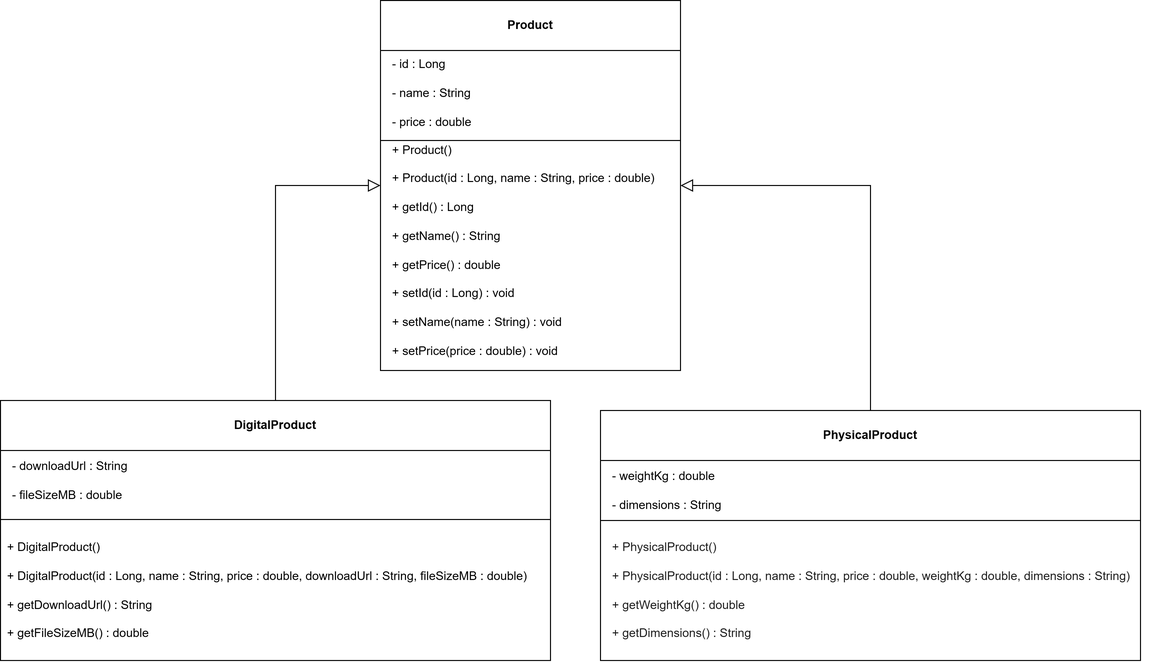
Before: docs/uml/product-hierarchy.png, a diagram exported from draw.io (Maatheyshan/Westminster-OOP-Module-Workflow). Source tidied: cells renumbered, new cells last; positions are measured from the earlier drawing's top-left corner, leaving out a move shared by most shapes. The source it was exported from:
```xml
<mxGraphModel>
  <root>
    <mxCell id="0" />
    <mxCell id="1" parent="0" />
    <mxCell id="2" value="Product" style="swimlane;whiteSpace=wrap;html=1;startSize=50;" parent="1" vertex="1">
      <mxGeometry x="380" width="300" height="370" as="geometry" />
    </mxCell>
    <mxCell id="3" value="- id : Long&lt;div&gt;&lt;br&gt;&lt;div&gt;- name : String&lt;/div&gt;&lt;div&gt;&lt;br&gt;&lt;/div&gt;&lt;div&gt;- price : double&lt;/div&gt;&lt;div&gt;&lt;br&gt;&lt;/div&gt;&lt;/div&gt;" style="text;html=1;whiteSpace=wrap;strokeColor=none;fillColor=none;align=left;verticalAlign=middle;rounded=0;" parent="2" vertex="1">
      <mxGeometry x="10" y="80" width="170" height="40" as="geometry" />
    </mxCell>
    <mxCell id="4" value="+ Product()&lt;div&gt;&lt;br&gt;&lt;div&gt;+ Product(id : Long, name : String, price : double)&lt;/div&gt;&lt;div&gt;&lt;br&gt;&lt;/div&gt;&lt;div&gt;+ getId() : Long&lt;/div&gt;&lt;div&gt;&lt;br&gt;&lt;/div&gt;&lt;div&gt;+ getName() : String&lt;/div&gt;&lt;div&gt;&lt;br&gt;&lt;/div&gt;&lt;div&gt;+ getPrice() : double&lt;/div&gt;&lt;div&gt;&lt;br&gt;&lt;/div&gt;&lt;div&gt;+ setId(id : Long) : void&lt;/div&gt;&lt;div&gt;&lt;br&gt;&lt;/div&gt;&lt;div&gt;+ setName(name : String) : void&lt;/div&gt;&lt;div&gt;&lt;br&gt;&lt;/div&gt;&lt;div&gt;+ setPrice(price : double) : void&lt;/div&gt;&lt;/div&gt;" style="text;html=1;whiteSpace=wrap;strokeColor=none;fillColor=none;align=left;verticalAlign=middle;rounded=0;" parent="2" vertex="1">
      <mxGeometry x="10" y="200" width="280" height="100" as="geometry" />
    </mxCell>
    <mxCell id="5" style="endArrow=none;html=1;rounded=0;" parent="2" edge="1">
      <mxGeometry relative="1" as="geometry">
        <mxPoint y="140" as="sourcePoint" />
        <mxPoint x="300" y="140" as="targetPoint" />
        <Array as="points">
          <mxPoint x="150" y="140" />
        </Array>
      </mxGeometry>
    </mxCell>
    <mxCell id="6" style="edgeStyle=orthogonalEdgeStyle;rounded=0;jettySize=auto;html=1;entryX=0;entryY=0.5;entryDx=0;entryDy=0;endArrow=block;endFill=0;strokeWidth=1;endSize=10;" parent="1" edge="1" source="7" target="2">
      <mxGeometry relative="1" as="geometry" />
    </mxCell>
    <mxCell id="7" value="DigitalProduct" style="swimlane;whiteSpace=wrap;html=1;startSize=50;" parent="1" vertex="1">
      <mxGeometry y="400" width="550" height="260" as="geometry" />
    </mxCell>
    <mxCell id="8" value="&lt;div&gt;- downloadUrl : String&lt;/div&gt;&lt;div&gt;&lt;br&gt;&lt;/div&gt;&lt;div&gt;- fileSizeMB : double&lt;/div&gt;" style="text;html=1;whiteSpace=wrap;strokeColor=none;fillColor=none;align=left;verticalAlign=middle;rounded=0;" parent="7" vertex="1">
      <mxGeometry x="10" y="60" width="170" height="40" as="geometry" />
    </mxCell>
    <mxCell id="9" value="+ DigitalProduct()&lt;div&gt;&lt;br&gt;&lt;div&gt;+&amp;nbsp;&lt;span style=&quot;background-color: transparent; color: light-dark(rgb(0, 0, 0), rgb(255, 255, 255));&quot;&gt;DigitalProduct(id : Long, name : String, price : double, downloadUrl : String, fileSizeMB : double)&lt;/span&gt;&lt;/div&gt;&lt;div&gt;&lt;span style=&quot;background-color: transparent; color: light-dark(rgb(0, 0, 0), rgb(255, 255, 255));&quot;&gt;&lt;br&gt;&lt;/span&gt;&lt;/div&gt;&lt;div&gt;&lt;span style=&quot;background-color: transparent; color: light-dark(rgb(0, 0, 0), rgb(255, 255, 255));&quot;&gt;+ getDownloadUrl() : String&lt;/span&gt;&lt;/div&gt;&lt;div&gt;&lt;span style=&quot;background-color: transparent; color: light-dark(rgb(0, 0, 0), rgb(255, 255, 255));&quot;&gt;&lt;br&gt;&lt;/span&gt;&lt;/div&gt;&lt;div&gt;&lt;span style=&quot;background-color: transparent; color: light-dark(rgb(0, 0, 0), rgb(255, 255, 255));&quot;&gt;+ getFileSizeMB() : double&lt;/span&gt;&lt;/div&gt;&lt;/div&gt;" style="text;html=1;whiteSpace=wrap;strokeColor=none;fillColor=none;align=left;verticalAlign=middle;rounded=0;fontFamily=Helvetica;" parent="7" vertex="1">
      <mxGeometry x="5" y="140" width="540" height="100" as="geometry" />
    </mxCell>
    <mxCell id="10" style="endArrow=none;html=1;rounded=0;" parent="7" edge="1">
      <mxGeometry relative="1" as="geometry">
        <mxPoint y="119" as="sourcePoint" />
        <mxPoint x="550" y="119" as="targetPoint" />
      </mxGeometry>
    </mxCell>
    <mxCell id="11" style="edgeStyle=orthogonalEdgeStyle;rounded=0;jettySize=auto;html=1;entryX=1;entryY=0.5;entryDx=0;entryDy=0;endArrow=block;endFill=0;endSize=10;" parent="1" edge="1" source="12" target="2">
      <mxGeometry relative="1" as="geometry" />
    </mxCell>
    <mxCell id="12" value="PhysicalProduct" style="swimlane;whiteSpace=wrap;html=1;startSize=50;" parent="1" vertex="1">
      <mxGeometry x="600" y="410" width="540" height="250" as="geometry" />
    </mxCell>
    <mxCell id="13" value="&lt;div&gt;- weightKg : double&lt;/div&gt;&lt;div&gt;&lt;br&gt;&lt;/div&gt;&lt;div&gt;- dimensions : String&lt;/div&gt;" style="text;html=1;whiteSpace=wrap;strokeColor=none;fillColor=none;align=left;verticalAlign=middle;rounded=0;" parent="12" vertex="1">
      <mxGeometry x="10" y="60" width="170" height="40" as="geometry" />
    </mxCell>
    <mxCell id="14" value="&lt;div&gt;&lt;font color=&quot;#1f1f1f&quot;&gt;+ PhysicalProduct()&lt;/font&gt;&lt;/div&gt;&lt;div&gt;&lt;font color=&quot;#1f1f1f&quot;&gt;&lt;br&gt;&lt;/font&gt;&lt;/div&gt;&lt;div&gt;&lt;font color=&quot;#1f1f1f&quot;&gt;+ PhysicalProduct(id : Long, name : String, price : double, weightKg : double, dimensions : String)&lt;/font&gt;&lt;/div&gt;&lt;div&gt;&lt;font color=&quot;#1f1f1f&quot;&gt;&amp;nbsp;&lt;/font&gt;&lt;/div&gt;&lt;div&gt;&lt;font color=&quot;#1f1f1f&quot;&gt;+ getWeightKg() : double&lt;/font&gt;&lt;/div&gt;&lt;div&gt;&lt;font color=&quot;#1f1f1f&quot;&gt;&lt;br&gt;&lt;/font&gt;&lt;/div&gt;&lt;div&gt;&lt;font color=&quot;#1f1f1f&quot;&gt;+ getDimensions() : String&lt;/font&gt;&lt;/div&gt;" style="text;html=1;whiteSpace=wrap;strokeColor=none;fillColor=none;align=left;verticalAlign=middle;rounded=0;fontFamily=Helvetica;" parent="12" vertex="1">
      <mxGeometry x="10" y="130" width="540" height="100" as="geometry" />
    </mxCell>
    <mxCell id="15" style="endArrow=none;html=1;rounded=0;" parent="1" edge="1">
      <mxGeometry relative="1" as="geometry">
        <mxPoint x="600" y="520" as="sourcePoint" />
        <mxPoint x="1140" y="520" as="targetPoint" />
      </mxGeometry>
    </mxCell>
  </root>
</mxGraphModel>
```
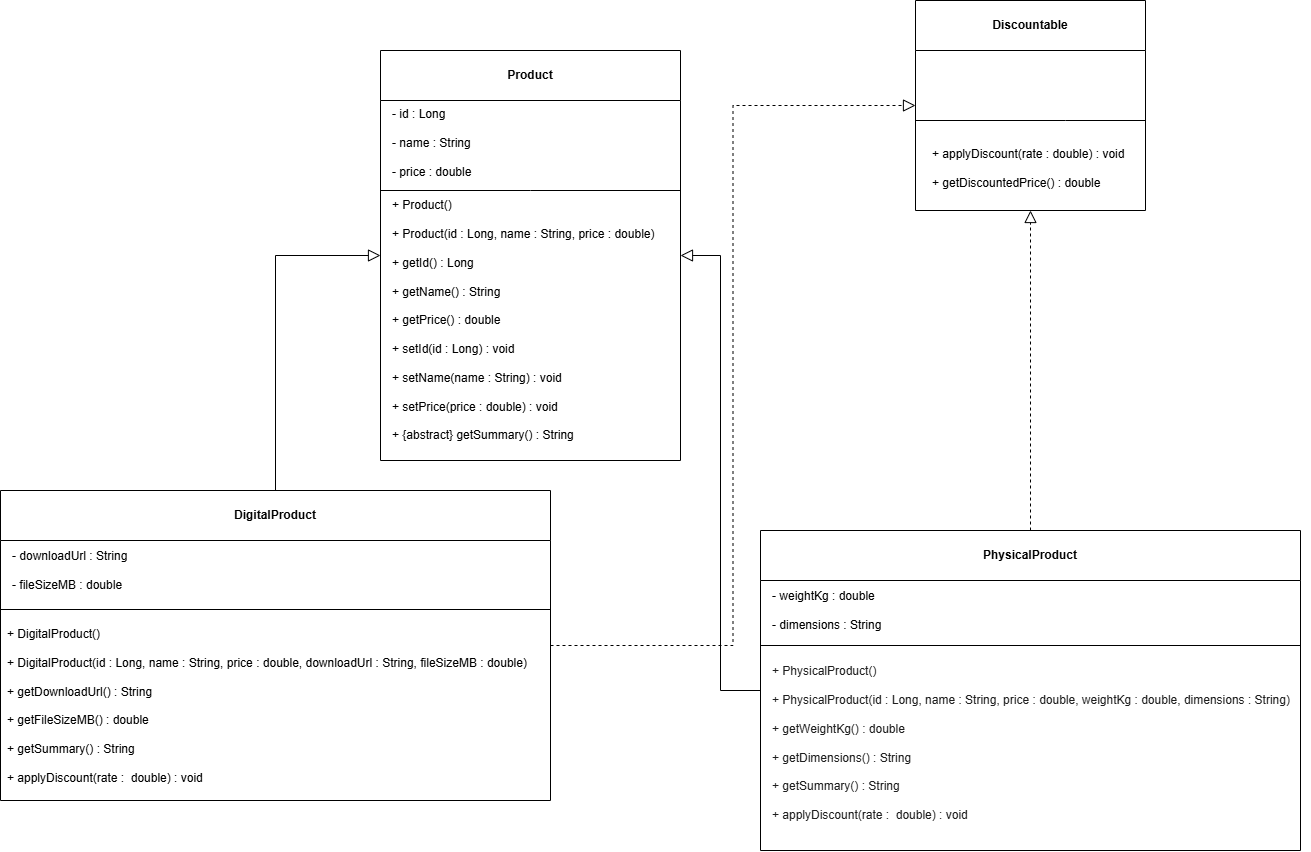
Later version of the same file.

Commit message:
Tutorial 5: polymorphism — getSummary override and Discountable interface

Change to the diagram source:
```diff
@@ -3,13 +3,13 @@
     <mxCell id="0" />
     <mxCell id="1" parent="0" />
     <mxCell id="2" value="Product" style="swimlane;whiteSpace=wrap;html=1;startSize=50;" parent="1" vertex="1">
-      <mxGeometry x="380" width="300" height="370" as="geometry" />
+      <mxGeometry x="380" y="-40" width="300" height="410" as="geometry" />
     </mxCell>
     <mxCell id="3" value="- id : Long&lt;div&gt;&lt;br&gt;&lt;div&gt;- name : String&lt;/div&gt;&lt;div&gt;&lt;br&gt;&lt;/div&gt;&lt;div&gt;- price : double&lt;/div&gt;&lt;div&gt;&lt;br&gt;&lt;/div&gt;&lt;/div&gt;" style="text;html=1;whiteSpace=wrap;strokeColor=none;fillColor=none;align=left;verticalAlign=middle;rounded=0;" parent="2" vertex="1">
       <mxGeometry x="10" y="80" width="170" height="40" as="geometry" />
     </mxCell>
-    <mxCell id="4" value="+ Product()&lt;div&gt;&lt;br&gt;&lt;div&gt;+ Product(id : Long, name : String, price : double)&lt;/div&gt;&lt;div&gt;&lt;br&gt;&lt;/div&gt;&lt;div&gt;+ getId() : Long&lt;/div&gt;&lt;div&gt;&lt;br&gt;&lt;/div&gt;&lt;div&gt;+ getName() : String&lt;/div&gt;&lt;div&gt;&lt;br&gt;&lt;/div&gt;&lt;div&gt;+ getPrice() : double&lt;/div&gt;&lt;div&gt;&lt;br&gt;&lt;/div&gt;&lt;div&gt;+ setId(id : Long) : void&lt;/div&gt;&lt;div&gt;&lt;br&gt;&lt;/div&gt;&lt;div&gt;+ setName(name : String) : void&lt;/div&gt;&lt;div&gt;&lt;br&gt;&lt;/div&gt;&lt;div&gt;+ setPrice(price : double) : void&lt;/div&gt;&lt;/div&gt;" style="text;html=1;whiteSpace=wrap;strokeColor=none;fillColor=none;align=left;verticalAlign=middle;rounded=0;" parent="2" vertex="1">
-      <mxGeometry x="10" y="200" width="280" height="100" as="geometry" />
+    <mxCell id="4" value="+ Product()&lt;div&gt;&lt;br&gt;&lt;div&gt;+ Product(id : Long, name : String, price : double)&lt;/div&gt;&lt;div&gt;&lt;br&gt;&lt;/div&gt;&lt;div&gt;+ getId() : Long&lt;/div&gt;&lt;div&gt;&lt;br&gt;&lt;/div&gt;&lt;div&gt;+ getName() : String&lt;/div&gt;&lt;div&gt;&lt;br&gt;&lt;/div&gt;&lt;div&gt;+ getPrice() : double&lt;/div&gt;&lt;div&gt;&lt;br&gt;&lt;/div&gt;&lt;div&gt;+ setId(id : Long) : void&lt;/div&gt;&lt;div&gt;&lt;br&gt;&lt;/div&gt;&lt;div&gt;+ setName(name : String) : void&lt;/div&gt;&lt;div&gt;&lt;br&gt;&lt;/div&gt;&lt;div&gt;+ setPrice(price : double) : void&lt;/div&gt;&lt;/div&gt;&lt;div&gt;&lt;br&gt;&lt;/div&gt;&lt;div&gt;+ {abstract} getSummary() : String&lt;/div&gt;" style="text;html=1;whiteSpace=wrap;strokeColor=none;fillColor=none;align=left;verticalAlign=middle;rounded=0;" parent="2" vertex="1">
+      <mxGeometry x="10" y="220" width="280" height="100" as="geometry" />
     </mxCell>
     <mxCell id="5" style="endArrow=none;html=1;rounded=0;" parent="2" edge="1">
       <mxGeometry relative="1" as="geometry">
@@ -23,14 +23,17 @@
     <mxCell id="6" style="edgeStyle=orthogonalEdgeStyle;rounded=0;jettySize=auto;html=1;entryX=0;entryY=0.5;entryDx=0;entryDy=0;endArrow=block;endFill=0;strokeWidth=1;endSize=10;" parent="1" edge="1" source="7" target="2">
       <mxGeometry relative="1" as="geometry" />
     </mxCell>
+    <mxCell id="16" style="edgeStyle=orthogonalEdgeStyle;rounded=0;jettySize=auto;html=1;entryX=0;entryY=0.5;entryDx=0;entryDy=0;endSize=10;dashed=1;endArrow=block;endFill=0;" parent="1" edge="1" source="7" target="18">
+      <mxGeometry relative="1" as="geometry" />
+    </mxCell>
     <mxCell id="7" value="DigitalProduct" style="swimlane;whiteSpace=wrap;html=1;startSize=50;" parent="1" vertex="1">
-      <mxGeometry y="400" width="550" height="260" as="geometry" />
+      <mxGeometry y="400" width="550" height="310" as="geometry" />
     </mxCell>
     <mxCell id="8" value="&lt;div&gt;- downloadUrl : String&lt;/div&gt;&lt;div&gt;&lt;br&gt;&lt;/div&gt;&lt;div&gt;- fileSizeMB : double&lt;/div&gt;" style="text;html=1;whiteSpace=wrap;strokeColor=none;fillColor=none;align=left;verticalAlign=middle;rounded=0;" parent="7" vertex="1">
       <mxGeometry x="10" y="60" width="170" height="40" as="geometry" />
     </mxCell>
-    <mxCell id="9" value="+ DigitalProduct()&lt;div&gt;&lt;br&gt;&lt;div&gt;+&amp;nbsp;&lt;span style=&quot;background-color: transparent; color: light-dark(rgb(0, 0, 0), rgb(255, 255, 255));&quot;&gt;DigitalProduct(id : Long, name : String, price : double, downloadUrl : String, fileSizeMB : double)&lt;/span&gt;&lt;/div&gt;&lt;div&gt;&lt;span style=&quot;background-color: transparent; color: light-dark(rgb(0, 0, 0), rgb(255, 255, 255));&quot;&gt;&lt;br&gt;&lt;/span&gt;&lt;/div&gt;&lt;div&gt;&lt;span style=&quot;background-color: transparent; color: light-dark(rgb(0, 0, 0), rgb(255, 255, 255));&quot;&gt;+ getDownloadUrl() : String&lt;/span&gt;&lt;/div&gt;&lt;div&gt;&lt;span style=&quot;background-color: transparent; color: light-dark(rgb(0, 0, 0), rgb(255, 255, 255));&quot;&gt;&lt;br&gt;&lt;/span&gt;&lt;/div&gt;&lt;div&gt;&lt;span style=&quot;background-color: transparent; color: light-dark(rgb(0, 0, 0), rgb(255, 255, 255));&quot;&gt;+ getFileSizeMB() : double&lt;/span&gt;&lt;/div&gt;&lt;/div&gt;" style="text;html=1;whiteSpace=wrap;strokeColor=none;fillColor=none;align=left;verticalAlign=middle;rounded=0;fontFamily=Helvetica;" parent="7" vertex="1">
-      <mxGeometry x="5" y="140" width="540" height="100" as="geometry" />
+    <mxCell id="9" value="+ DigitalProduct()&lt;div&gt;&lt;br&gt;&lt;div&gt;+&amp;nbsp;&lt;span style=&quot;background-color: transparent; color: light-dark(rgb(0, 0, 0), rgb(255, 255, 255));&quot;&gt;DigitalProduct(id : Long, name : String, price : double, downloadUrl : String, fileSizeMB : double)&lt;/span&gt;&lt;/div&gt;&lt;div&gt;&lt;span style=&quot;background-color: transparent; color: light-dark(rgb(0, 0, 0), rgb(255, 255, 255));&quot;&gt;&lt;br&gt;&lt;/span&gt;&lt;/div&gt;&lt;div&gt;&lt;span style=&quot;background-color: transparent; color: light-dark(rgb(0, 0, 0), rgb(255, 255, 255));&quot;&gt;+ getDownloadUrl() : String&lt;/span&gt;&lt;/div&gt;&lt;div&gt;&lt;span style=&quot;background-color: transparent; color: light-dark(rgb(0, 0, 0), rgb(255, 255, 255));&quot;&gt;&lt;br&gt;&lt;/span&gt;&lt;/div&gt;&lt;div&gt;&lt;span style=&quot;background-color: transparent; color: light-dark(rgb(0, 0, 0), rgb(255, 255, 255));&quot;&gt;+ getFileSizeMB() : double&lt;/span&gt;&lt;/div&gt;&lt;/div&gt;&lt;div&gt;&lt;span style=&quot;background-color: transparent; color: light-dark(rgb(0, 0, 0), rgb(255, 255, 255));&quot;&gt;&lt;br&gt;&lt;/span&gt;&lt;/div&gt;&lt;div&gt;&lt;div&gt;+ getSummary() : String&lt;/div&gt;&lt;div&gt;&lt;br&gt;&lt;/div&gt;&lt;div&gt;+ applyDiscount(rate :&amp;nbsp; double) : void&lt;/div&gt;&lt;div&gt;&lt;br&gt;&lt;/div&gt;&lt;div&gt;&lt;br&gt;&lt;/div&gt;&lt;/div&gt;" style="text;html=1;whiteSpace=wrap;strokeColor=none;fillColor=none;align=left;verticalAlign=middle;rounded=0;fontFamily=Helvetica;" parent="7" vertex="1">
+      <mxGeometry x="5" y="180" width="540" height="100" as="geometry" />
     </mxCell>
     <mxCell id="10" style="endArrow=none;html=1;rounded=0;" parent="7" edge="1">
       <mxGeometry relative="1" as="geometry">
@@ -41,20 +44,38 @@
     <mxCell id="11" style="edgeStyle=orthogonalEdgeStyle;rounded=0;jettySize=auto;html=1;entryX=1;entryY=0.5;entryDx=0;entryDy=0;endArrow=block;endFill=0;endSize=10;" parent="1" edge="1" source="12" target="2">
       <mxGeometry relative="1" as="geometry" />
     </mxCell>
+    <mxCell id="17" style="edgeStyle=orthogonalEdgeStyle;rounded=0;jettySize=auto;html=1;entryX=0.5;entryY=1;entryDx=0;entryDy=0;dashed=1;endArrow=block;endFill=0;endSize=10;" parent="1" edge="1" source="12" target="19">
+      <mxGeometry relative="1" as="geometry" />
+    </mxCell>
     <mxCell id="12" value="PhysicalProduct" style="swimlane;whiteSpace=wrap;html=1;startSize=50;" parent="1" vertex="1">
-      <mxGeometry x="600" y="410" width="540" height="250" as="geometry" />
+      <mxGeometry x="760" y="440" width="540" height="320" as="geometry" />
     </mxCell>
     <mxCell id="13" value="&lt;div&gt;- weightKg : double&lt;/div&gt;&lt;div&gt;&lt;br&gt;&lt;/div&gt;&lt;div&gt;- dimensions : String&lt;/div&gt;" style="text;html=1;whiteSpace=wrap;strokeColor=none;fillColor=none;align=left;verticalAlign=middle;rounded=0;" parent="12" vertex="1">
       <mxGeometry x="10" y="60" width="170" height="40" as="geometry" />
     </mxCell>
-    <mxCell id="14" value="&lt;div&gt;&lt;font color=&quot;#1f1f1f&quot;&gt;+ PhysicalProduct()&lt;/font&gt;&lt;/div&gt;&lt;div&gt;&lt;font color=&quot;#1f1f1f&quot;&gt;&lt;br&gt;&lt;/font&gt;&lt;/div&gt;&lt;div&gt;&lt;font color=&quot;#1f1f1f&quot;&gt;+ PhysicalProduct(id : Long, name : String, price : double, weightKg : double, dimensions : String)&lt;/font&gt;&lt;/div&gt;&lt;div&gt;&lt;font color=&quot;#1f1f1f&quot;&gt;&amp;nbsp;&lt;/font&gt;&lt;/div&gt;&lt;div&gt;&lt;font color=&quot;#1f1f1f&quot;&gt;+ getWeightKg() : double&lt;/font&gt;&lt;/div&gt;&lt;div&gt;&lt;font color=&quot;#1f1f1f&quot;&gt;&lt;br&gt;&lt;/font&gt;&lt;/div&gt;&lt;div&gt;&lt;font color=&quot;#1f1f1f&quot;&gt;+ getDimensions() : String&lt;/font&gt;&lt;/div&gt;" style="text;html=1;whiteSpace=wrap;strokeColor=none;fillColor=none;align=left;verticalAlign=middle;rounded=0;fontFamily=Helvetica;" parent="12" vertex="1">
-      <mxGeometry x="10" y="130" width="540" height="100" as="geometry" />
+    <mxCell id="14" value="&lt;div&gt;&lt;font color=&quot;#1f1f1f&quot;&gt;+ PhysicalProduct()&lt;/font&gt;&lt;/div&gt;&lt;div&gt;&lt;font color=&quot;#1f1f1f&quot;&gt;&lt;br&gt;&lt;/font&gt;&lt;/div&gt;&lt;div&gt;&lt;font color=&quot;#1f1f1f&quot;&gt;+ PhysicalProduct(id : Long, name : String, price : double, weightKg : double, dimensions : String)&lt;/font&gt;&lt;/div&gt;&lt;div&gt;&lt;font color=&quot;#1f1f1f&quot;&gt;&amp;nbsp;&lt;/font&gt;&lt;/div&gt;&lt;div&gt;&lt;font color=&quot;#1f1f1f&quot;&gt;+ getWeightKg() : double&lt;/font&gt;&lt;/div&gt;&lt;div&gt;&lt;font color=&quot;#1f1f1f&quot;&gt;&lt;br&gt;&lt;/font&gt;&lt;/div&gt;&lt;div&gt;&lt;font color=&quot;#1f1f1f&quot;&gt;+ getDimensions() : String&lt;/font&gt;&lt;/div&gt;&lt;div&gt;&lt;font color=&quot;#1f1f1f&quot;&gt;&lt;br&gt;&lt;/font&gt;&lt;/div&gt;&lt;div&gt;&lt;font color=&quot;#1f1f1f&quot;&gt;&lt;div&gt;+ getSummary() : String&lt;/div&gt;&lt;div&gt;&lt;br&gt;&lt;/div&gt;&lt;div&gt;+ applyDiscount(rate :&amp;nbsp; double) : void&lt;/div&gt;&lt;div&gt;&lt;br style=&quot;color: rgb(0, 0, 0);&quot;&gt;&lt;/div&gt;&lt;/font&gt;&lt;/div&gt;" style="text;html=1;whiteSpace=wrap;strokeColor=none;fillColor=none;align=left;verticalAlign=middle;rounded=0;fontFamily=Helvetica;" parent="12" vertex="1">
+      <mxGeometry x="10" y="170" width="540" height="100" as="geometry" />
     </mxCell>
-    <mxCell id="15" style="endArrow=none;html=1;rounded=0;" parent="1" edge="1">
+    <mxCell id="15" style="endArrow=none;html=1;rounded=0;" parent="12" edge="1">
       <mxGeometry relative="1" as="geometry">
-        <mxPoint x="600" y="520" as="sourcePoint" />
-        <mxPoint x="1140" y="520" as="targetPoint" />
+        <mxPoint y="115" as="sourcePoint" />
+        <mxPoint x="540" y="115" as="targetPoint" />
       </mxGeometry>
     </mxCell>
+    <mxCell id="18" value="Discountable" style="swimlane;whiteSpace=wrap;html=1;startSize=50;" parent="1" vertex="1">
+      <mxGeometry x="915" y="-90" width="230" height="210" as="geometry" />
+    </mxCell>
+    <mxCell id="19" value="&lt;div style=&quot;forced-color-adjust: none;&quot;&gt;&lt;div style=&quot;forced-color-adjust: none;&quot;&gt;&lt;div&gt;+ applyDiscount(rate : double) : void&lt;/div&gt;&lt;div&gt;&lt;br&gt;&lt;/div&gt;&lt;div&gt;+ getDiscountedPrice() : double&lt;/div&gt;&lt;/div&gt;&lt;/div&gt;" style="text;whiteSpace=wrap;html=1;" parent="18" vertex="1">
+      <mxGeometry x="15" y="140" width="200" height="70" as="geometry" />
+    </mxCell>
+    <mxCell id="20" style="endArrow=none;html=1;rounded=0;" parent="18" edge="1">
+      <mxGeometry x="0.3" relative="1" as="geometry">
+        <mxPoint y="120" as="sourcePoint" />
+        <mxPoint x="230" y="120" as="targetPoint" />
+        <Array as="points">
+          <mxPoint x="150" y="120" />
+        </Array>
+      </mxGeometry>
+    </mxCell>
   </root>
 </mxGraphModel>
```
